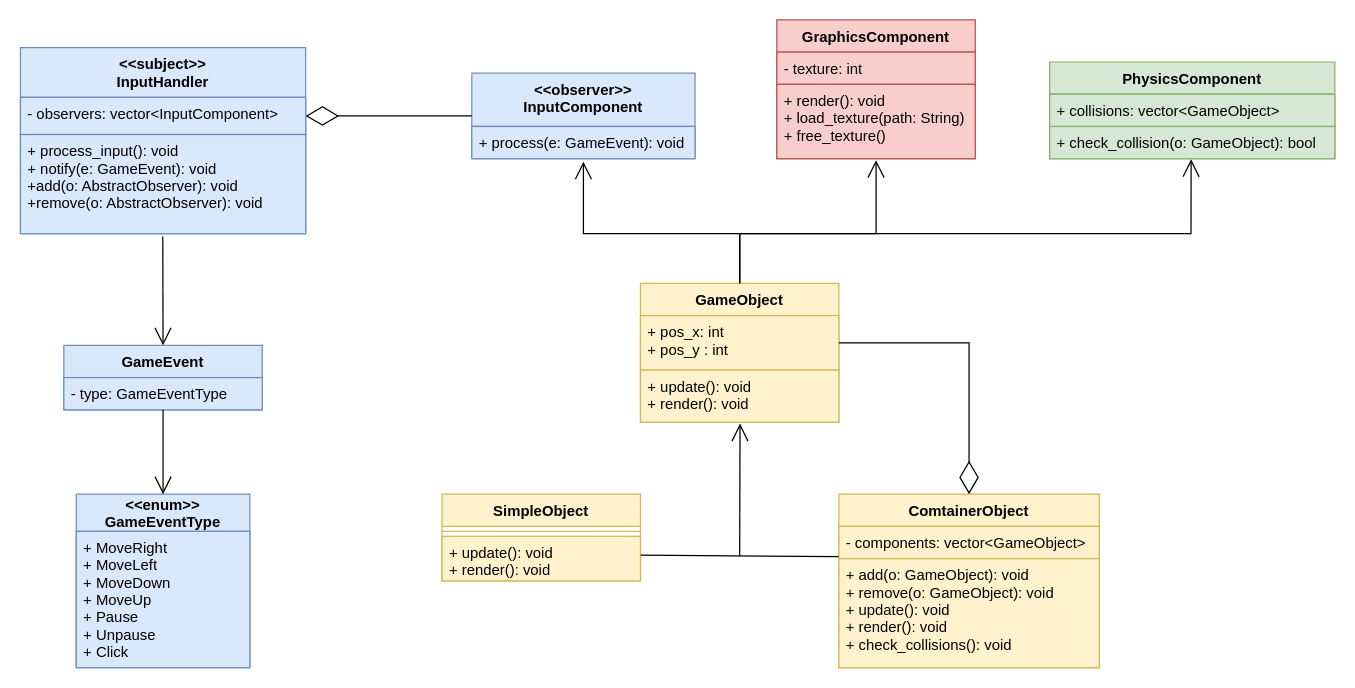
JuanGonzalezCaminero/Simple_Game_Engine keeps this draw.io diagram as diagram.drawio. Above is the earlier version. Source tidied: cells renumbered, new cells numbered last; positions are measured from the earlier drawing's top-left corner, leaving out a move shared by most shapes. Both pictures are drawn from the tidied source at 124%, with x=0, y=0 at pixel (20, 20).
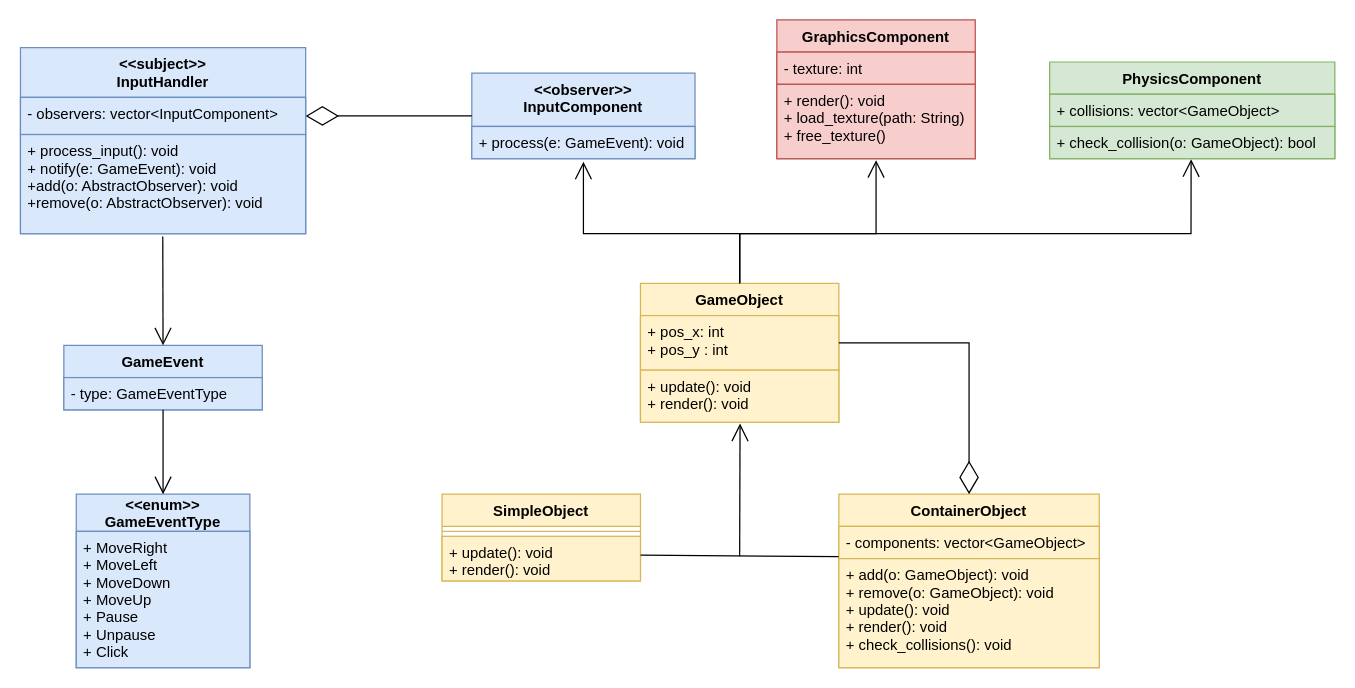
Above is the later version.

Diff of the diagram source:
```diff
@@
-    <mxCell id="23" value="ComtainerObject" style="swimlane;fontStyle=1;align=center;verticalAlign=top;horizontal=1;startSize=26;fillColor=#fff2cc;strokeColor=#d6b656;" parent="1" vertex="1">
+    <mxCell id="23" value="ContainerObject" style="swimlane;fontStyle=1;align=center;verticalAlign=top;horizontal=1;startSize=26;fillColor=#fff2cc;strokeColor=#d6b656;" parent="1" vertex="1">
       <mxGeometry x="660" y="382" width="210" height="140" as="geometry" />
     </mxCell>
```
